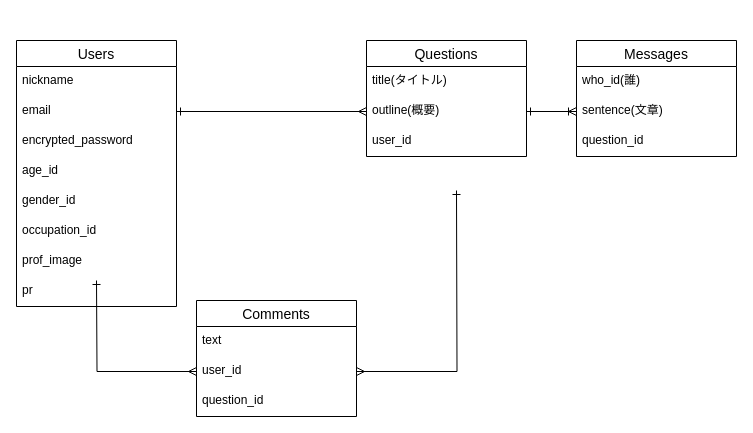
Before: er.dio in hiroaki-inori/original-app, a draw.io diagram. Source tidied: cells renumbered, new cells numbered last; positions are measured from the earlier drawing's top-left corner, leaving out a move shared by most shapes. Both pictures are drawn from the tidied source at 100%, with x=0, y=0 at pixel (16, 40).
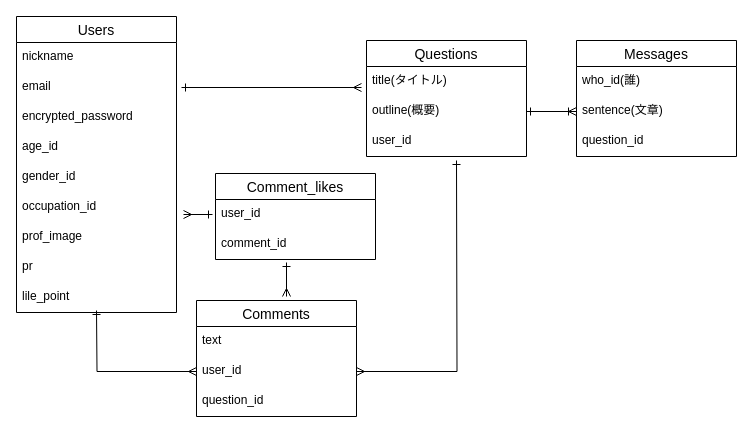
The same diagram, later.

The change refers to these unchanged cells:
```xml
<mxCell id="4" value="user_id" style="text;strokeColor=none;fillColor=none;spacingLeft=4;spacingRight=4;overflow=hidden;points=[[0,0.5],[1,0.5]];portConstraint=eastwest;fontSize=12;" parent="2" vertex="1">
  <mxGeometry y="56" width="160" height="30" as="geometry" />
</mxCell>
<mxCell id="8" value="outline(概要)" style="text;strokeColor=none;fillColor=none;spacingLeft=4;spacingRight=4;overflow=hidden;points=[[0,0.5],[1,0.5]];portConstraint=eastwest;fontSize=12;" parent="6" vertex="1">
  <mxGeometry y="56" width="160" height="30" as="geometry" />
</mxCell>
<mxCell id="12" value="email" style="text;strokeColor=none;fillColor=none;spacingLeft=4;spacingRight=4;overflow=hidden;points=[[0,0.5],[1,0.5]];portConstraint=eastwest;fontSize=12;" parent="10" vertex="1">
  <mxGeometry y="56" width="160" height="30" as="geometry" />
</mxCell>
```

Diff of the diagram source:
```diff
@@
     <mxCell id="10" value="Users" style="swimlane;fontStyle=0;horizontal=1;startSize=26;align=center;fontSize=14;" parent="1" vertex="1">
-      <mxGeometry width="160" height="266" as="geometry" />
+      <mxGeometry y="-24" width="160" height="296" as="geometry" />
     </mxCell>
@@
-    <mxCell id="19" style="edgeStyle=orthogonalEdgeStyle;rounded=0;jettySize=auto;html=1;exitX=1;exitY=0.5;exitDx=0;exitDy=0;entryX=0;entryY=0.5;entryDx=0;entryDy=0;endArrow=ERmany;endFill=0;startArrow=ERone;startFill=0;" parent="1" edge="1" source="12" target="8">
-      <mxGeometry relative="1" as="geometry" />
-    </mxCell>
+    <mxCell id="27" value="lile_point" style="text;strokeColor=none;fillColor=none;spacingLeft=4;spacingRight=4;overflow=hidden;fontSize=12;" parent="10" vertex="1">
+      <mxGeometry y="266" width="160" height="30" as="geometry" />
+    </mxCell>
     <mxCell id="20" style="edgeStyle=orthogonalEdgeStyle;rounded=0;jettySize=auto;html=1;exitX=1;exitY=0.5;exitDx=0;exitDy=0;startArrow=ERmany;startFill=0;endArrow=ERone;endFill=0;" parent="1" edge="1" source="4">
       <mxGeometry relative="1" as="geometry">
-        <mxPoint x="440" y="150" as="targetPoint" />
+        <mxPoint x="440" y="120" as="targetPoint" />
       </mxGeometry>
     </mxCell>
     <mxCell id="21" style="edgeStyle=orthogonalEdgeStyle;rounded=0;jettySize=auto;html=1;exitX=0;exitY=0.5;exitDx=0;exitDy=0;startArrow=ERmany;startFill=0;endArrow=ERone;endFill=0;" parent="1" edge="1" source="4">
       <mxGeometry relative="1" as="geometry">
-        <mxPoint x="80" y="240" as="targetPoint" />
+        <mxPoint x="80" y="270" as="targetPoint" />
       </mxGeometry>
     </mxCell>
@@
+    <mxCell id="28" style="edgeStyle=orthogonalEdgeStyle;rounded=0;orthogonalLoop=1;jettySize=auto;html=1;endArrow=ERmany;endFill=0;startArrow=ERone;startFill=0;" parent="1" edge="1">
+      <mxGeometry relative="1" as="geometry">
+        <mxPoint x="270" y="222" as="sourcePoint" />
+        <mxPoint x="270" y="256" as="targetPoint" />
+      </mxGeometry>
+    </mxCell>
+    <mxCell id="29" value="Comment_likes" style="swimlane;fontStyle=0;horizontal=1;startSize=26;align=center;fontSize=14;" parent="1" vertex="1">
+      <mxGeometry x="199" y="133" width="160" height="86" as="geometry" />
+    </mxCell>
+    <mxCell id="30" value="user_id" style="text;strokeColor=none;fillColor=none;spacingLeft=4;spacingRight=4;overflow=hidden;fontSize=12;" parent="29" vertex="1">
+      <mxGeometry y="26" width="160" height="30" as="geometry" />
+    </mxCell>
+    <mxCell id="31" value="comment_id" style="text;strokeColor=none;fillColor=none;spacingLeft=4;spacingRight=4;overflow=hidden;fontSize=12;" parent="29" vertex="1">
+      <mxGeometry y="56" width="160" height="30" as="geometry" />
+    </mxCell>
+    <mxCell id="32" style="edgeStyle=orthogonalEdgeStyle;rounded=0;orthogonalLoop=1;jettySize=auto;html=1;exitX=0;exitY=0.5;exitDx=0;exitDy=0;startArrow=ERone;startFill=0;endArrow=ERmany;endFill=0;" parent="1" edge="1">
+      <mxGeometry relative="1" as="geometry">
+        <mxPoint x="196" y="174" as="sourcePoint" />
+        <mxPoint x="167" y="174" as="targetPoint" />
+      </mxGeometry>
+    </mxCell>
+    <mxCell id="33" style="edgeStyle=orthogonalEdgeStyle;rounded=0;orthogonalLoop=1;jettySize=auto;html=1;startArrow=ERone;startFill=0;endArrow=ERmany;endFill=0;" parent="1" edge="1">
+      <mxGeometry relative="1" as="geometry">
+        <mxPoint x="165" y="47" as="sourcePoint" />
+        <mxPoint x="345" y="47" as="targetPoint" />
+      </mxGeometry>
+    </mxCell>
```
